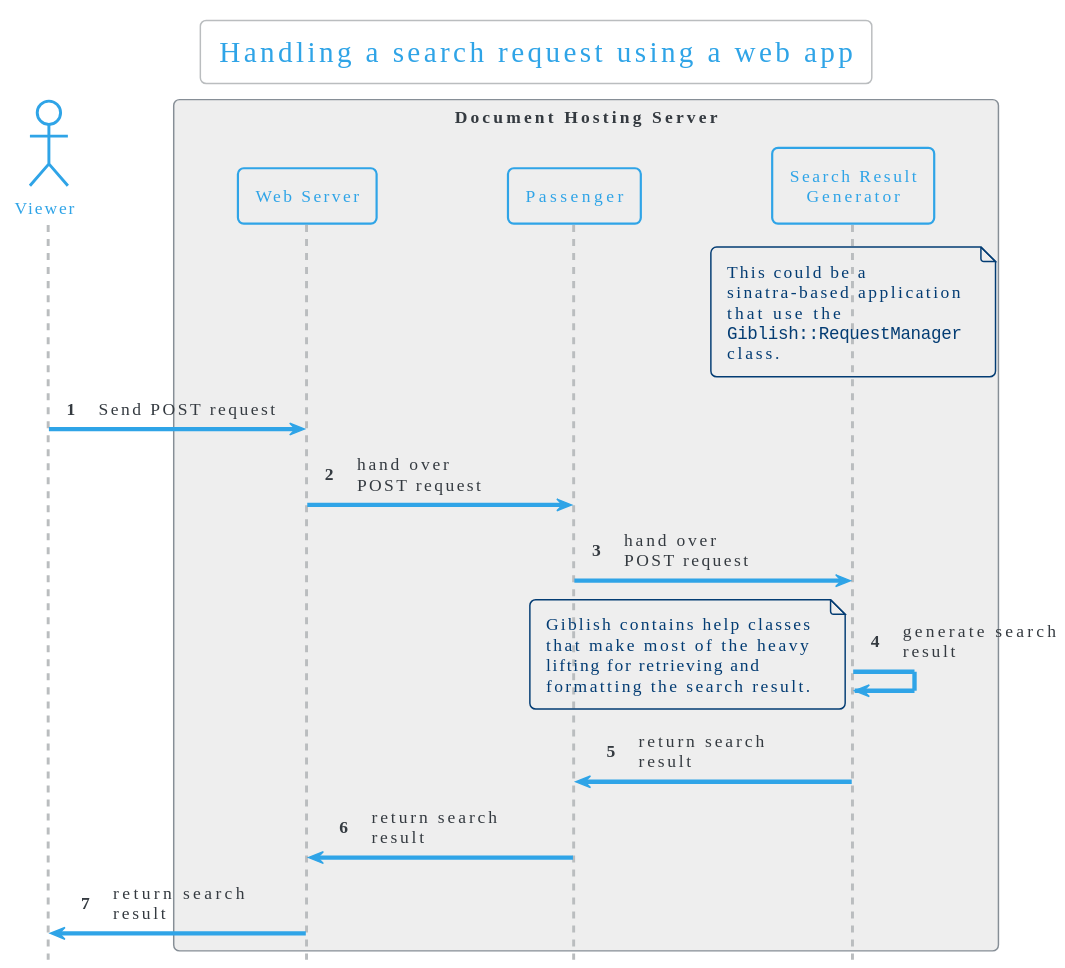
Earlier version of the PlantUML export docs/setup_search_assets/search_request.svg (rillbert/giblish). The source it was exported from:
```plantuml
@startuml
!theme cerulean-outline
hide footbox
autonumber

title "Handling a search request using a web app"

actor       Viewer       as Vi

box "Document Hosting Server" #EEEEEE
participant "Web Server" as Webserv
participant "Passenger"   as Pass
participant "Search Result\nGenerator"   as Searcher
note over of Searcher
  This could be a
  sinatra-based application
  that use the
  ""Giblish::RequestManager""
  class.
end note
end box

Vi -> Webserv     : Send POST request
Webserv -> Pass : hand over\nPOST request
Pass -> Searcher : hand over\nPOST request
Searcher -> Searcher : generate search\nresult
note left
  Giblish contains help classes
  that make most of the heavy
  lifting for retrieving and
  formatting the search result.
end note
Searcher -> Pass : return search\nresult
Pass -> Webserv : return search\nresult
Webserv -> Vi  : return  search\nresult
@enduml
```
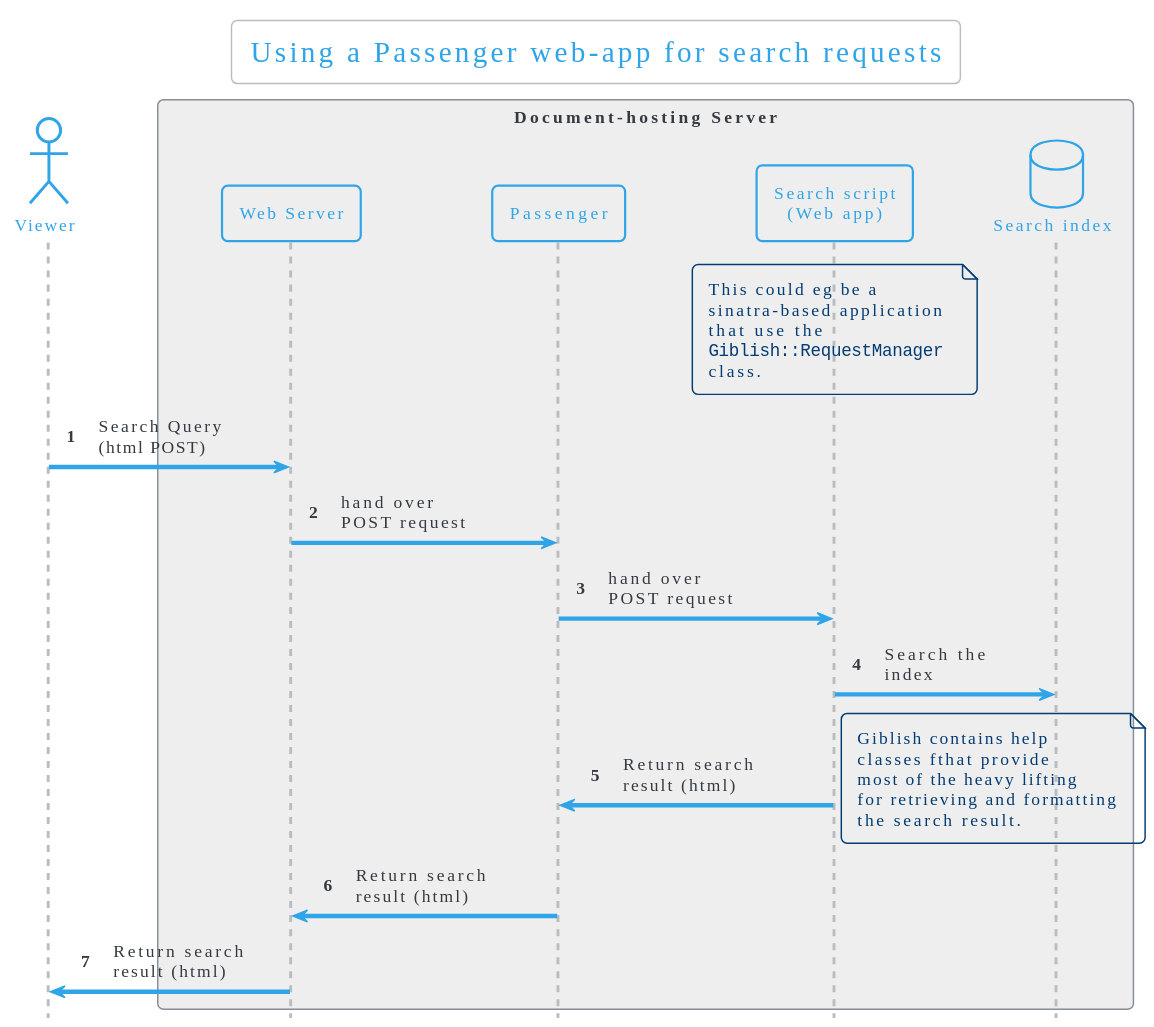
After the change.

Diff of the diagram source:
```diff
@@ -3,34 +3,36 @@
 hide footbox
 autonumber
 
-title "Handling a search request using a web app"
+title "Using a Passenger web-app for search requests"
 
 actor       Viewer       as Vi
 
-box "Document Hosting Server" #EEEEEE
+box "Document-hosting Server" #EEEEEE
 participant "Web Server" as Webserv
 participant "Passenger"   as Pass
-participant "Search Result\nGenerator"   as Searcher
+participant "Search script\n(Web app)"   as Searcher
 note over of Searcher
-  This could be a
+  This could eg be a
   sinatra-based application
   that use the
   ""Giblish::RequestManager""
   class.
 end note
+database "Search index"   as Index
 end box
 
-Vi -> Webserv     : Send POST request
+Vi -> Webserv     : Search Query\n(html POST)
 Webserv -> Pass : hand over\nPOST request
 Pass -> Searcher : hand over\nPOST request
-Searcher -> Searcher : generate search\nresult
-note left
-  Giblish contains help classes
-  that make most of the heavy
-  lifting for retrieving and
-  formatting the search result.
+Searcher -> Index : Search the\nindex
+Searcher -> Pass : Return search\nresult (html)
+note right
+  Giblish contains help
+  classes fthat provide
+  most of the heavy lifting
+  for retrieving and formatting
+  the search result.
 end note
-Searcher -> Pass : return search\nresult
-Pass -> Webserv : return search\nresult
-Webserv -> Vi  : return  search\nresult
+Pass -> Webserv : Return search\nresult (html)
+Webserv -> Vi  : Return search\nresult (html)
 @enduml
```
